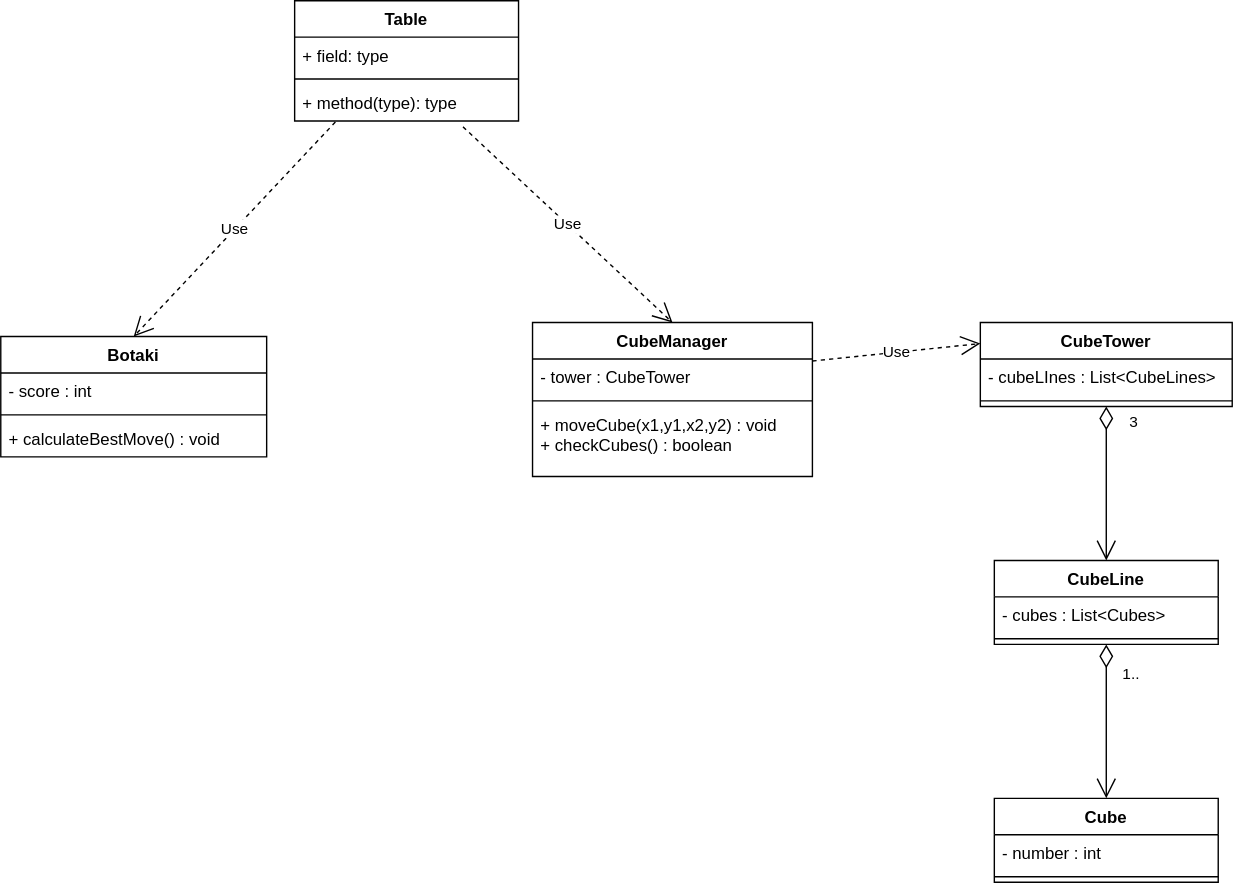
Before: ask1.drawio.svg, a diagram exported from draw.io (philipAthanasopoulos/Cube-io). Source tidied: cells renumbered, new cells last; positions are measured from the earlier drawing's top-left corner, leaving out a move shared by most shapes.
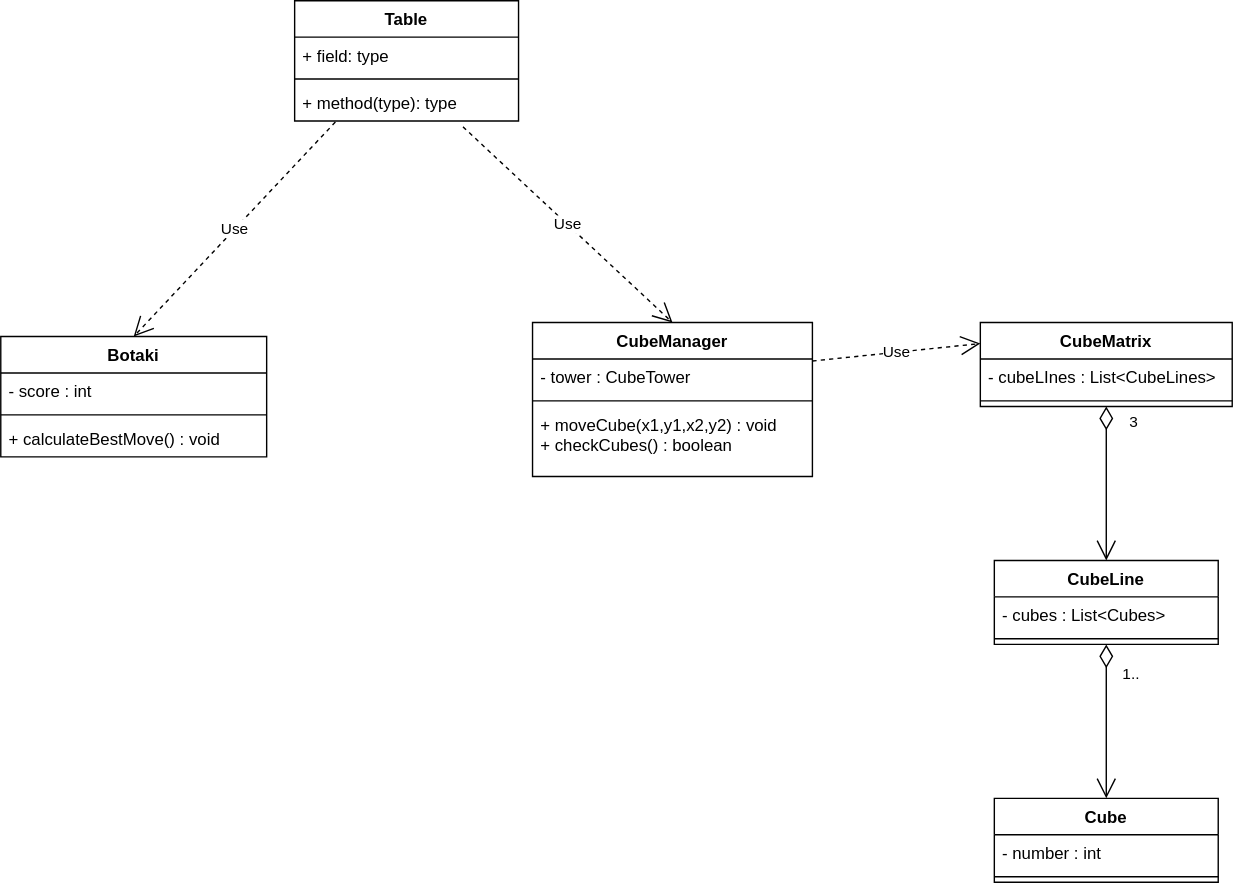
The same file after the commit.

Diff of the diagram source:
```diff
@@ -68,7 +68,7 @@
     <mxCell id="23" value="Use" style="endArrow=open;endSize=12;dashed=1;html=1;exitX=1;exitY=0.25;exitDx=0;exitDy=0;entryX=0;entryY=0.25;entryDx=0;entryDy=0;" parent="1" edge="1" source="17" target="24">
       <mxGeometry relative="1" as="geometry" />
     </mxCell>
-    <mxCell id="24" value="CubeTower" style="swimlane;fontStyle=1;align=center;verticalAlign=top;horizontal=1;startSize=26;" parent="1" vertex="1">
+    <mxCell id="24" value="CubeMatrix" style="swimlane;fontStyle=1;align=center;verticalAlign=top;horizontal=1;startSize=26;" parent="1" vertex="1">
       <mxGeometry x="700" y="230" width="180" height="60" as="geometry" />
     </mxCell>
     <mxCell id="25" value="- cubeLInes : List&lt;CubeLines&gt;" style="text;strokeColor=none;fillColor=none;align=left;verticalAlign=top;spacingLeft=4;spacingRight=4;overflow=hidden;" parent="24" vertex="1">
```
